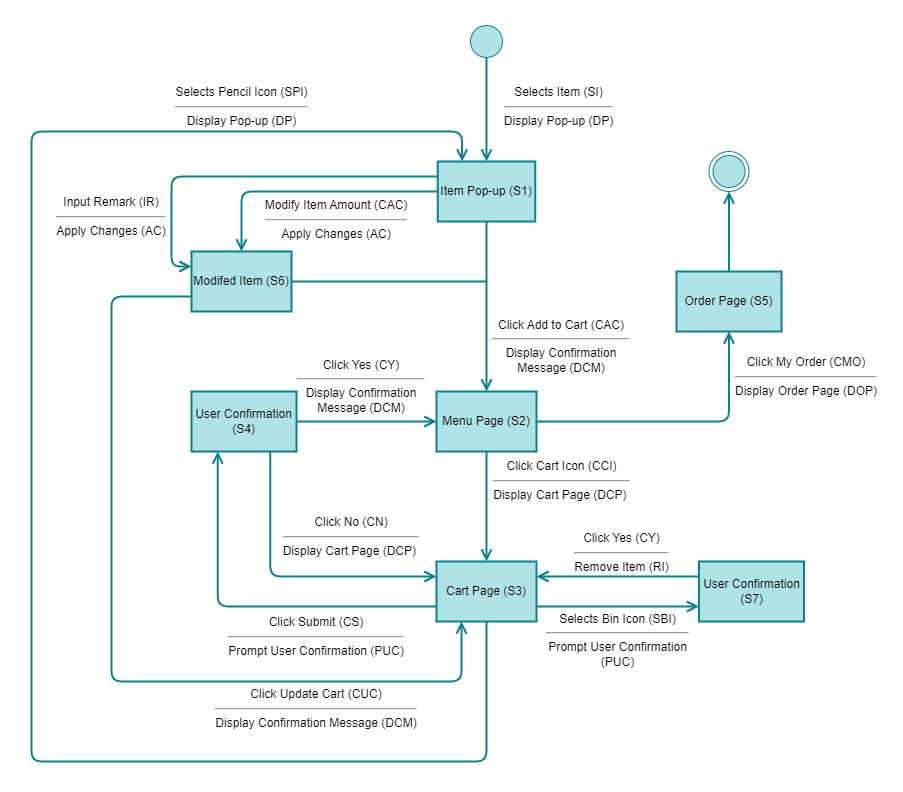
The draw.io diagram UML/state_chart_order_placement.png in leonardHD0433/food_ordering_system, before a commit. Source tidied: cells renumbered, new cells last; positions are measured from the earlier drawing's top-left corner, leaving out a move shared by most shapes.
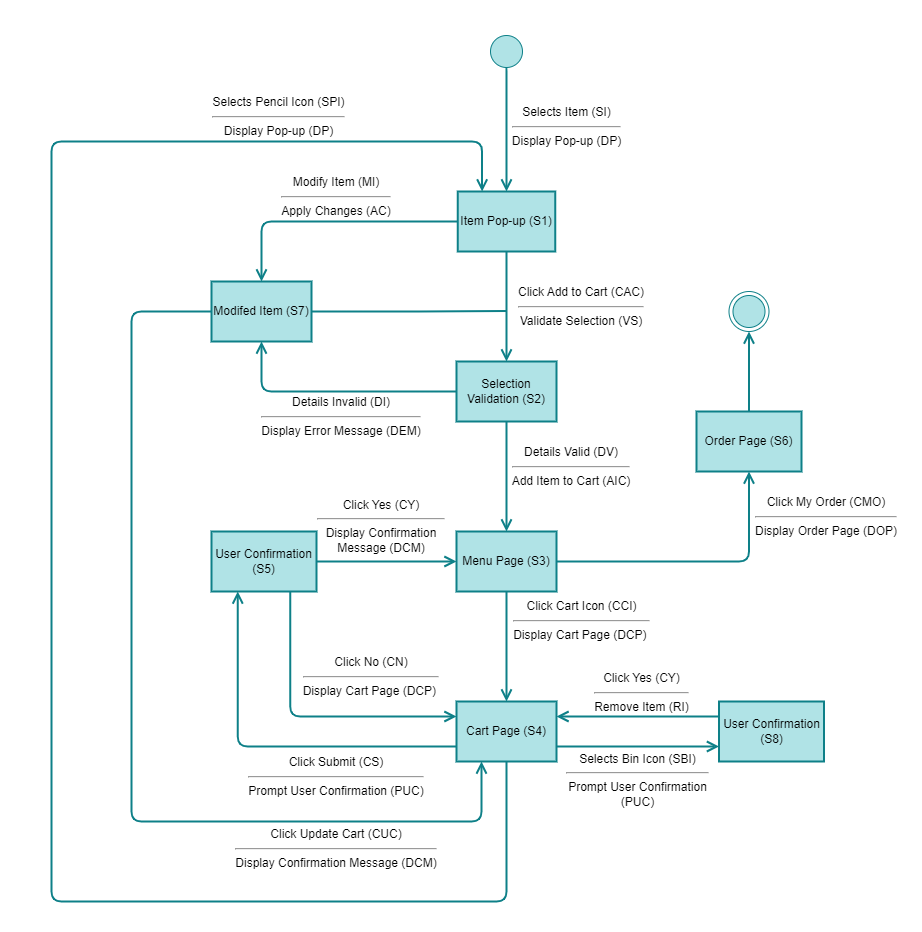
The same file after the commit.

Commit message:
Fixed alert positioning, Item can be added to cart now

The edit, as a diff of the source:
```diff
@@ -3,33 +3,33 @@
     <mxCell id="0" />
     <mxCell id="1" parent="0" />
     <mxCell id="2" style="rounded=0;whiteSpace=wrap;html=1;strokeColor=none;strokeWidth=2;" parent="1" vertex="1">
-      <mxGeometry width="900" height="790" as="geometry" />
+      <mxGeometry x="-20" y="-140" width="920" height="930" as="geometry" />
     </mxCell>
     <mxCell id="3" style="edgeStyle=orthogonalEdgeStyle;html=1;verticalAlign=bottom;endArrow=open;endSize=8;strokeColor=#0e8088;fillColor=#b0e3e6;strokeWidth=2;entryX=0.5;entryY=0;entryDx=0;entryDy=0;" parent="1" edge="1" target="7">
       <mxGeometry relative="1" as="geometry">
-        <mxPoint x="480" y="40" as="sourcePoint" />
+        <mxPoint x="480" y="-80" as="sourcePoint" />
         <Array as="points">
-          <mxPoint x="485" y="100" />
-          <mxPoint x="485" y="100" />
+          <mxPoint x="485" y="-40" />
+          <mxPoint x="485" y="-40" />
         </Array>
       </mxGeometry>
     </mxCell>
     <mxCell id="4" style="ellipse;html=1;shape=startState;fillColor=#b0e3e6;strokeColor=#0e8088;" parent="1" vertex="1">
-      <mxGeometry x="465" y="20" width="40" height="40" as="geometry" />
+      <mxGeometry x="465" y="-110" width="40" height="40" as="geometry" />
     </mxCell>
     <mxCell id="5" style="ellipse;html=1;shape=endState;fillColor=#b0e3e6;strokeColor=#0e8088;" parent="1" vertex="1">
       <mxGeometry x="707.5" y="150" width="40" height="40" as="geometry" />
     </mxCell>
     <mxCell id="6" value="Selects Item (SI)&lt;br&gt;&lt;hr&gt;Display Pop-up (DP)" style="text;html=1;strokeColor=none;fillColor=none;align=center;verticalAlign=middle;whiteSpace=wrap;rounded=0;strokeWidth=8;" parent="1" vertex="1">
-      <mxGeometry x="485" y="90" width="145" height="30" as="geometry" />
+      <mxGeometry x="472.5" y="-30" width="145" height="30" as="geometry" />
     </mxCell>
     <mxCell id="7" value="Item Pop-up (S1)" style="rounded=0;whiteSpace=wrap;html=1;strokeColor=#0e8088;strokeWidth=2;fillColor=#b0e3e6;fontColor=#000000;" parent="1" vertex="1">
-      <mxGeometry x="436.2" y="160" width="97.5" height="60" as="geometry" />
+      <mxGeometry x="436.2" y="50" width="97.5" height="60" as="geometry" />
     </mxCell>
-    <mxCell id="8" style="edgeStyle=orthogonalEdgeStyle;html=1;verticalAlign=bottom;endArrow=open;endSize=8;strokeColor=#0e8088;fillColor=#b0e3e6;strokeWidth=2;exitX=0.5;exitY=1;exitDx=0;exitDy=0;entryX=0.5;entryY=0;entryDx=0;entryDy=0;startArrow=none;" parent="1" edge="1" source="7" target="9">
+    <mxCell id="8" style="edgeStyle=orthogonalEdgeStyle;html=1;verticalAlign=bottom;endArrow=open;endSize=8;strokeColor=#0e8088;fillColor=#b0e3e6;strokeWidth=2;exitX=0.5;exitY=1;exitDx=0;exitDy=0;entryX=0.5;entryY=0;entryDx=0;entryDy=0;startArrow=none;" parent="1" edge="1" source="7" target="40">
       <mxGeometry relative="1" as="geometry" />
     </mxCell>
-    <mxCell id="9" value="Menu Page&amp;nbsp;(S2)" style="rounded=0;whiteSpace=wrap;html=1;strokeColor=#0e8088;strokeWidth=2;fillColor=#b0e3e6;fontColor=#000000;" parent="1" vertex="1">
+    <mxCell id="9" value="Menu Page&amp;nbsp;(S3)" style="rounded=0;whiteSpace=wrap;html=1;strokeColor=#0e8088;strokeWidth=2;fillColor=#b0e3e6;fontColor=#000000;" parent="1" vertex="1">
       <mxGeometry x="435" y="390" width="100" height="60" as="geometry" />
     </mxCell>
     <mxCell id="10" style="edgeStyle=orthogonalEdgeStyle;html=1;verticalAlign=bottom;endArrow=open;endSize=8;strokeColor=#0e8088;fillColor=#b0e3e6;strokeWidth=2;exitX=0.5;exitY=1;exitDx=0;exitDy=0;entryX=0.5;entryY=0;entryDx=0;entryDy=0;" parent="1" edge="1" source="9" target="12">
@@ -42,16 +42,16 @@
     <mxCell id="11" value="Click Cart Icon (CCI)&lt;br&gt;&lt;hr&gt;Display Cart Page (DCP)&amp;nbsp;" style="text;html=1;strokeColor=none;fillColor=none;align=center;verticalAlign=middle;whiteSpace=wrap;rounded=0;strokeWidth=8;" parent="1" vertex="1">
       <mxGeometry x="472.5" y="464" width="175" height="30" as="geometry" />
     </mxCell>
-    <mxCell id="12" value="Cart Page (S3)" style="rounded=0;whiteSpace=wrap;html=1;strokeColor=#0e8088;strokeWidth=2;fillColor=#b0e3e6;fontColor=#000000;" parent="1" vertex="1">
+    <mxCell id="12" value="Cart Page (S4)" style="rounded=0;whiteSpace=wrap;html=1;strokeColor=#0e8088;strokeWidth=2;fillColor=#b0e3e6;fontColor=#000000;" parent="1" vertex="1">
       <mxGeometry x="435" y="560" width="100" height="60" as="geometry" />
     </mxCell>
     <mxCell id="13" value="Click Submit (CS)&lt;br&gt;&lt;hr&gt;Prompt User Confirmation (PUC)" style="text;html=1;strokeColor=none;fillColor=none;align=center;verticalAlign=middle;whiteSpace=wrap;rounded=0;strokeWidth=8;" parent="1" vertex="1">
       <mxGeometry x="220" y="620" width="190" height="30" as="geometry" />
     </mxCell>
-    <mxCell id="14" value="Click Add to Cart (CAC)&lt;br&gt;&lt;hr&gt;Display Confirmation Message (DCM)" style="text;html=1;strokeColor=none;fillColor=none;align=center;verticalAlign=middle;whiteSpace=wrap;rounded=0;strokeWidth=8;" parent="1" vertex="1">
-      <mxGeometry x="490" y="330" width="140" height="30" as="geometry" />
+    <mxCell id="14" value="Click Add to Cart (CAC)&lt;br&gt;&lt;hr&gt;Validate Selection (VS)" style="text;html=1;strokeColor=none;fillColor=none;align=center;verticalAlign=middle;whiteSpace=wrap;rounded=0;strokeWidth=8;" parent="1" vertex="1">
+      <mxGeometry x="490" y="150" width="140" height="30" as="geometry" />
     </mxCell>
-    <mxCell id="15" value="User Confirmation (S4)" style="rounded=0;whiteSpace=wrap;html=1;strokeColor=#0e8088;strokeWidth=2;fillColor=#b0e3e6;fontColor=#000000;" parent="1" vertex="1">
+    <mxCell id="15" value="User Confirmation (S5)" style="rounded=0;whiteSpace=wrap;html=1;strokeColor=#0e8088;strokeWidth=2;fillColor=#b0e3e6;fontColor=#000000;" parent="1" vertex="1">
       <mxGeometry x="190" y="390" width="105" height="60" as="geometry" />
     </mxCell>
     <mxCell id="16" style="edgeStyle=orthogonalEdgeStyle;html=1;verticalAlign=bottom;endArrow=open;endSize=8;strokeColor=#0e8088;fillColor=#b0e3e6;strokeWidth=2;exitX=0;exitY=0.75;exitDx=0;exitDy=0;entryX=0.25;entryY=1;entryDx=0;entryDy=0;" parent="1" edge="1" source="12" target="15">
@@ -82,7 +82,7 @@
     <mxCell id="20" value="Click No (CN)&lt;br&gt;&lt;hr&gt;Display Cart Page (DCP)&amp;nbsp;" style="text;html=1;strokeColor=none;fillColor=none;align=center;verticalAlign=middle;whiteSpace=wrap;rounded=0;strokeWidth=8;" parent="1" vertex="1">
       <mxGeometry x="280" y="520" width="140" height="30" as="geometry" />
     </mxCell>
-    <mxCell id="21" value="Order Page (S5)" style="rounded=0;whiteSpace=wrap;html=1;strokeColor=#0e8088;strokeWidth=2;fillColor=#b0e3e6;fontColor=#000000;" parent="1" vertex="1">
+    <mxCell id="21" value="Order Page (S6)" style="rounded=0;whiteSpace=wrap;html=1;strokeColor=#0e8088;strokeWidth=2;fillColor=#b0e3e6;fontColor=#000000;" parent="1" vertex="1">
       <mxGeometry x="675" y="270" width="105" height="60" as="geometry" />
     </mxCell>
     <mxCell id="22" style="edgeStyle=orthogonalEdgeStyle;html=1;verticalAlign=bottom;endArrow=open;endSize=8;strokeColor=#0e8088;fillColor=#b0e3e6;strokeWidth=2;exitX=1;exitY=0.5;exitDx=0;exitDy=0;entryX=0.5;entryY=1;entryDx=0;entryDy=0;" parent="1" edge="1" source="9" target="21">
@@ -103,53 +103,36 @@
         </Array>
       </mxGeometry>
     </mxCell>
-    <mxCell id="25" style="edgeStyle=orthogonalEdgeStyle;html=1;verticalAlign=bottom;endArrow=none;endSize=8;strokeColor=#0e8088;fillColor=#b0e3e6;strokeWidth=2;exitX=1;exitY=0.5;exitDx=0;exitDy=0;startArrow=none;endFill=0;" parent="1" edge="1">
-      <mxGeometry relative="1" as="geometry">
-        <mxPoint x="285" y="280" as="sourcePoint" />
-        <mxPoint x="485" y="280" as="targetPoint" />
-      </mxGeometry>
-    </mxCell>
-    <mxCell id="26" value="Modifed Item (S6)" style="rounded=0;whiteSpace=wrap;html=1;strokeColor=#0e8088;strokeWidth=2;fillColor=#b0e3e6;fontColor=#000000;" parent="1" vertex="1">
-      <mxGeometry x="190" y="250" width="100" height="60" as="geometry" />
+    <mxCell id="26" value="Modifed Item (S7)" style="rounded=0;whiteSpace=wrap;html=1;strokeColor=#0e8088;strokeWidth=2;fillColor=#b0e3e6;fontColor=#000000;" parent="1" vertex="1">
+      <mxGeometry x="190" y="140" width="100" height="60" as="geometry" />
     </mxCell>
-    <mxCell id="27" value="Modify Item Amount (CAC)&lt;br&gt;&lt;hr&gt;Apply Changes (AC)" style="text;html=1;strokeColor=none;fillColor=none;align=center;verticalAlign=middle;whiteSpace=wrap;rounded=0;strokeWidth=8;" parent="1" vertex="1">
-      <mxGeometry x="260" y="203" width="150" height="30" as="geometry" />
+    <mxCell id="27" value="Modify Item (MI)&lt;br&gt;&lt;hr&gt;Apply Changes (AC)" style="text;html=1;strokeColor=none;fillColor=none;align=center;verticalAlign=middle;whiteSpace=wrap;rounded=0;strokeWidth=8;" parent="1" vertex="1">
+      <mxGeometry x="240" y="40" width="150" height="30" as="geometry" />
     </mxCell>
     <mxCell id="28" style="edgeStyle=orthogonalEdgeStyle;html=1;verticalAlign=bottom;endArrow=open;endSize=8;strokeColor=#0e8088;fillColor=#b0e3e6;strokeWidth=2;exitX=0;exitY=0.5;exitDx=0;exitDy=0;entryX=0.5;entryY=0;entryDx=0;entryDy=0;" parent="1" edge="1" source="7" target="26">
       <mxGeometry relative="1" as="geometry">
         <Array as="points">
-          <mxPoint x="240" y="190" />
+          <mxPoint x="240" y="80" />
         </Array>
       </mxGeometry>
     </mxCell>
-    <mxCell id="29" style="edgeStyle=orthogonalEdgeStyle;html=1;verticalAlign=bottom;endArrow=open;endSize=8;strokeColor=#0e8088;fillColor=#b0e3e6;strokeWidth=2;exitX=0;exitY=0.25;exitDx=0;exitDy=0;entryX=0;entryY=0.25;entryDx=0;entryDy=0;" parent="1" edge="1" source="7" target="26">
-      <mxGeometry relative="1" as="geometry">
-        <Array as="points">
-          <mxPoint x="170" y="175" />
-          <mxPoint x="170" y="265" />
-        </Array>
-      </mxGeometry>
-    </mxCell>
-    <mxCell id="30" value="Input Remark (IR)&lt;br&gt;&lt;hr&gt;Apply Changes (AC)" style="text;html=1;strokeColor=none;fillColor=none;align=center;verticalAlign=middle;whiteSpace=wrap;rounded=0;strokeWidth=8;" parent="1" vertex="1">
-      <mxGeometry x="35" y="200" width="150" height="30" as="geometry" />
-    </mxCell>
     <mxCell id="31" style="edgeStyle=orthogonalEdgeStyle;html=1;verticalAlign=bottom;endArrow=open;endSize=8;strokeColor=#0e8088;fillColor=#b0e3e6;strokeWidth=2;exitX=0.5;exitY=1;exitDx=0;exitDy=0;entryX=0.25;entryY=0;entryDx=0;entryDy=0;" parent="1" edge="1" source="12" target="7">
       <mxGeometry relative="1" as="geometry">
         <Array as="points">
           <mxPoint x="485" y="760" />
           <mxPoint x="30" y="760" />
-          <mxPoint x="30" y="130" />
-          <mxPoint x="461" y="130" />
+          <mxPoint x="30" />
+          <mxPoint x="461" />
         </Array>
       </mxGeometry>
     </mxCell>
     <mxCell id="32" value="Selects Pencil Icon (SPI)&lt;br&gt;&lt;hr&gt;Display Pop-up (DP)" style="text;html=1;strokeColor=none;fillColor=none;align=center;verticalAlign=middle;whiteSpace=wrap;rounded=0;strokeWidth=8;" parent="1" vertex="1">
-      <mxGeometry x="167.5" y="90" width="145" height="30" as="geometry" />
+      <mxGeometry x="185" y="-40" width="145" height="30" as="geometry" />
     </mxCell>
     <mxCell id="33" value="Selects Bin Icon (SBI)&lt;br&gt;&lt;hr&gt;Prompt User Confirmation (PUC)" style="text;html=1;strokeColor=none;fillColor=none;align=center;verticalAlign=middle;whiteSpace=wrap;rounded=0;strokeWidth=8;" parent="1" vertex="1">
       <mxGeometry x="544" y="624" width="145" height="30" as="geometry" />
     </mxCell>
-    <mxCell id="34" value="User Confirmation (S7)" style="rounded=0;whiteSpace=wrap;html=1;strokeColor=#0e8088;strokeWidth=2;fillColor=#b0e3e6;fontColor=#000000;" parent="1" vertex="1">
+    <mxCell id="34" value="User Confirmation (S8)" style="rounded=0;whiteSpace=wrap;html=1;strokeColor=#0e8088;strokeWidth=2;fillColor=#b0e3e6;fontColor=#000000;" parent="1" vertex="1">
       <mxGeometry x="697.5" y="560" width="105" height="60" as="geometry" />
     </mxCell>
     <mxCell id="35" style="edgeStyle=orthogonalEdgeStyle;html=1;verticalAlign=bottom;endArrow=open;endSize=8;strokeColor=#0e8088;fillColor=#b0e3e6;strokeWidth=2;exitX=1;exitY=0.75;exitDx=0;exitDy=0;entryX=0;entryY=0.75;entryDx=0;entryDy=0;" parent="1" edge="1" source="12" target="34">
@@ -161,10 +144,10 @@
     <mxCell id="37" value="Click Yes (CY)&lt;br&gt;&lt;hr&gt;Remove Item (RI)" style="text;html=1;strokeColor=none;fillColor=none;align=center;verticalAlign=middle;whiteSpace=wrap;rounded=0;strokeWidth=8;" parent="1" vertex="1">
       <mxGeometry x="547.5" y="536" width="145" height="30" as="geometry" />
     </mxCell>
-    <mxCell id="38" style="edgeStyle=orthogonalEdgeStyle;html=1;verticalAlign=bottom;endArrow=open;endSize=8;strokeColor=#0e8088;fillColor=#b0e3e6;strokeWidth=2;exitX=0;exitY=0.75;exitDx=0;exitDy=0;entryX=0.25;entryY=1;entryDx=0;entryDy=0;" parent="1" edge="1" source="26" target="12">
+    <mxCell id="38" style="edgeStyle=orthogonalEdgeStyle;html=1;verticalAlign=bottom;endArrow=open;endSize=8;strokeColor=#0e8088;fillColor=#b0e3e6;strokeWidth=2;exitX=0;exitY=0.5;exitDx=0;exitDy=0;entryX=0.25;entryY=1;entryDx=0;entryDy=0;" parent="1" edge="1" source="26" target="12">
       <mxGeometry relative="1" as="geometry">
         <Array as="points">
-          <mxPoint x="110" y="295" />
+          <mxPoint x="110" y="170" />
           <mxPoint x="110" y="680" />
           <mxPoint x="460" y="680" />
         </Array>
@@ -173,5 +156,25 @@
     <mxCell id="39" value="Click Update Cart (CUC)&lt;br&gt;&lt;hr&gt;Display Confirmation Message (DCM)" style="text;html=1;strokeColor=none;fillColor=none;align=center;verticalAlign=middle;whiteSpace=wrap;rounded=0;strokeWidth=8;" parent="1" vertex="1">
       <mxGeometry x="210" y="692" width="210" height="30" as="geometry" />
     </mxCell>
+    <mxCell id="40" value="Selection Validation (S2)" style="rounded=0;whiteSpace=wrap;html=1;strokeColor=#0e8088;strokeWidth=2;fillColor=#b0e3e6;fontColor=#000000;" parent="1" vertex="1">
+      <mxGeometry x="435" y="220" width="100" height="60" as="geometry" />
+    </mxCell>
+    <mxCell id="41" style="edgeStyle=orthogonalEdgeStyle;html=1;verticalAlign=bottom;endArrow=none;endSize=8;strokeColor=#0e8088;fillColor=#b0e3e6;strokeWidth=2;startArrow=none;endFill=0;exitX=1;exitY=0.5;exitDx=0;exitDy=0;" parent="1" edge="1" source="26">
+      <mxGeometry relative="1" as="geometry">
+        <mxPoint x="485" y="169.5" as="targetPoint" />
+      </mxGeometry>
+    </mxCell>
+    <mxCell id="42" value="Details Invalid (DI)&lt;br&gt;&lt;hr&gt;Display Error Message (DEM)" style="text;html=1;strokeColor=none;fillColor=none;align=center;verticalAlign=middle;whiteSpace=wrap;rounded=0;strokeWidth=8;" parent="1" vertex="1">
+      <mxGeometry x="230" y="260" width="180" height="30" as="geometry" />
+    </mxCell>
+    <mxCell id="43" value="Details Valid (DV)&lt;br&gt;&lt;hr&gt;Add Item to Cart (AIC)" style="text;html=1;strokeColor=none;fillColor=none;align=center;verticalAlign=middle;whiteSpace=wrap;rounded=0;strokeWidth=8;" parent="1" vertex="1">
+      <mxGeometry x="480" y="310" width="140" height="30" as="geometry" />
+    </mxCell>
+    <mxCell id="44" style="edgeStyle=orthogonalEdgeStyle;html=1;verticalAlign=bottom;endArrow=open;endSize=8;strokeColor=#0e8088;fillColor=#b0e3e6;strokeWidth=2;exitX=0.5;exitY=1;exitDx=0;exitDy=0;entryX=0.5;entryY=0;entryDx=0;entryDy=0;startArrow=none;" parent="1" edge="1" source="40" target="9">
+      <mxGeometry relative="1" as="geometry" />
+    </mxCell>
+    <mxCell id="45" style="edgeStyle=orthogonalEdgeStyle;html=1;verticalAlign=bottom;endArrow=open;endSize=8;strokeColor=#0e8088;fillColor=#b0e3e6;strokeWidth=2;exitX=0;exitY=0.5;exitDx=0;exitDy=0;entryX=0.5;entryY=1;entryDx=0;entryDy=0;startArrow=none;" parent="1" edge="1" source="40" target="26">
+      <mxGeometry relative="1" as="geometry" />
+    </mxCell>
   </root>
 </mxGraphModel>
```
